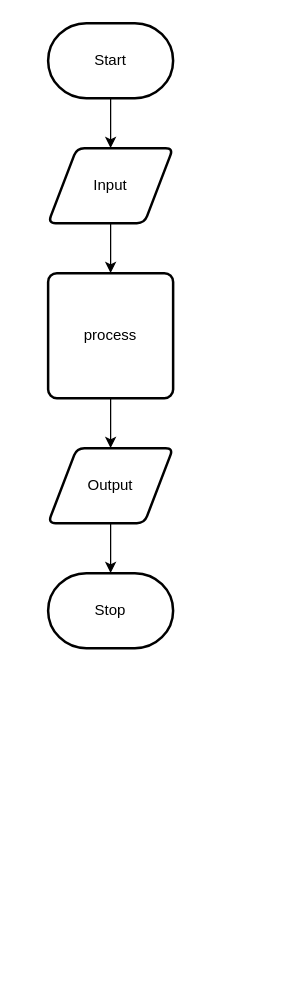
This is design/flow-chart.drawio from Justin-Lavoie16/Unit-3-02, a draw.io file, before an edit. Source tidied: cells renumbered, new cells numbered last; positions are measured from the earlier drawing's top-left corner, leaving out a move shared by most shapes. Both pictures are drawn from the tidied source at 125%, with x=0, y=0 at pixel (48, 22).
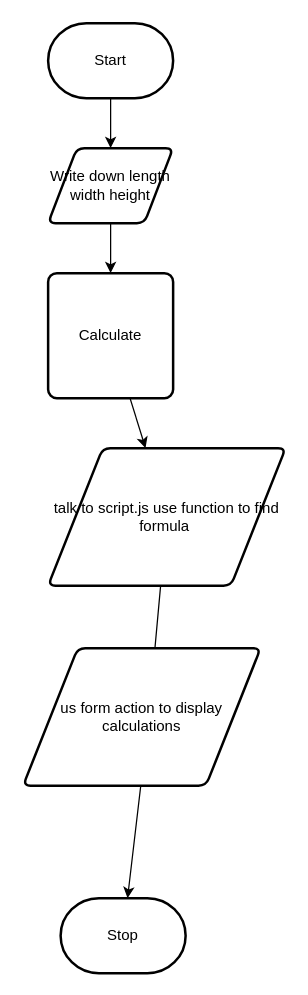
The same page after the edit.

Diff of the diagram source:
```diff
@@
 <mxGraphModel>
   <root>
     <mxCell id="0" />
     <mxCell id="1" parent="0" />
     <mxCell id="2" style="edgeStyle=none;html=1;" parent="1" edge="1" source="3" target="5">
       <mxGeometry relative="1" as="geometry" />
     </mxCell>
     <mxCell id="3" value="Start" style="strokeWidth=2;html=1;shape=mxgraph.flowchart.terminator;whiteSpace=wrap;" parent="1" vertex="1">
       <mxGeometry width="100" height="60" as="geometry" />
     </mxCell>
     <mxCell id="4" style="edgeStyle=none;html=1;" parent="1" edge="1" source="5" target="7">
       <mxGeometry relative="1" as="geometry" />
     </mxCell>
-    <mxCell id="5" value="Input" style="shape=parallelogram;html=1;strokeWidth=2;perimeter=parallelogramPerimeter;whiteSpace=wrap;rounded=1;arcSize=12;size=0.23;" parent="1" vertex="1">
+    <mxCell id="5" value="Write down length width height" style="shape=parallelogram;html=1;strokeWidth=2;perimeter=parallelogramPerimeter;whiteSpace=wrap;rounded=1;arcSize=12;size=0.23;" parent="1" vertex="1">
       <mxGeometry y="100" width="100" height="60" as="geometry" />
     </mxCell>
     <mxCell id="6" style="edgeStyle=none;html=1;" parent="1" edge="1" source="7" target="9">
       <mxGeometry relative="1" as="geometry" />
     </mxCell>
-    <mxCell id="7" value="process" style="rounded=1;whiteSpace=wrap;html=1;absoluteArcSize=1;arcSize=14;strokeWidth=2;" parent="1" vertex="1">
+    <mxCell id="7" value="Calculate" style="rounded=1;whiteSpace=wrap;html=1;absoluteArcSize=1;arcSize=14;strokeWidth=2;" parent="1" vertex="1">
       <mxGeometry y="200" width="100" height="100" as="geometry" />
     </mxCell>
     <mxCell id="8" style="edgeStyle=none;html=1;" parent="1" edge="1" source="9" target="10">
-      <mxGeometry relative="1" as="geometry" />
+      <mxGeometry relative="1" as="geometry">
+        <Array as="points">
+          <mxPoint x="80" y="560" />
+        </Array>
+      </mxGeometry>
     </mxCell>
-    <mxCell id="9" value="Output" style="shape=parallelogram;html=1;strokeWidth=2;perimeter=parallelogramPerimeter;whiteSpace=wrap;rounded=1;arcSize=12;size=0.23;" parent="1" vertex="1">
-      <mxGeometry y="340" width="100" height="60" as="geometry" />
+    <mxCell id="9" value="talk to script.js use function to find formula&amp;nbsp;" style="shape=parallelogram;html=1;strokeWidth=2;perimeter=parallelogramPerimeter;whiteSpace=wrap;rounded=1;arcSize=12;size=0.23;" parent="1" vertex="1">
+      <mxGeometry y="340" width="190" height="110" as="geometry" />
     </mxCell>
     <mxCell id="10" value="Stop" style="strokeWidth=2;html=1;shape=mxgraph.flowchart.terminator;whiteSpace=wrap;" parent="1" vertex="1">
-      <mxGeometry y="440" width="100" height="60" as="geometry" />
+      <mxGeometry x="10" y="700" width="100" height="60" as="geometry" />
     </mxCell>
+    <mxCell id="11" value="us form action to display calculations" style="shape=parallelogram;html=1;strokeWidth=2;perimeter=parallelogramPerimeter;whiteSpace=wrap;rounded=1;arcSize=12;size=0.23;" parent="1" vertex="1">
+      <mxGeometry x="-20" y="500" width="190" height="110" as="geometry" />
+    </mxCell>
   </root>
 </mxGraphModel>
```
